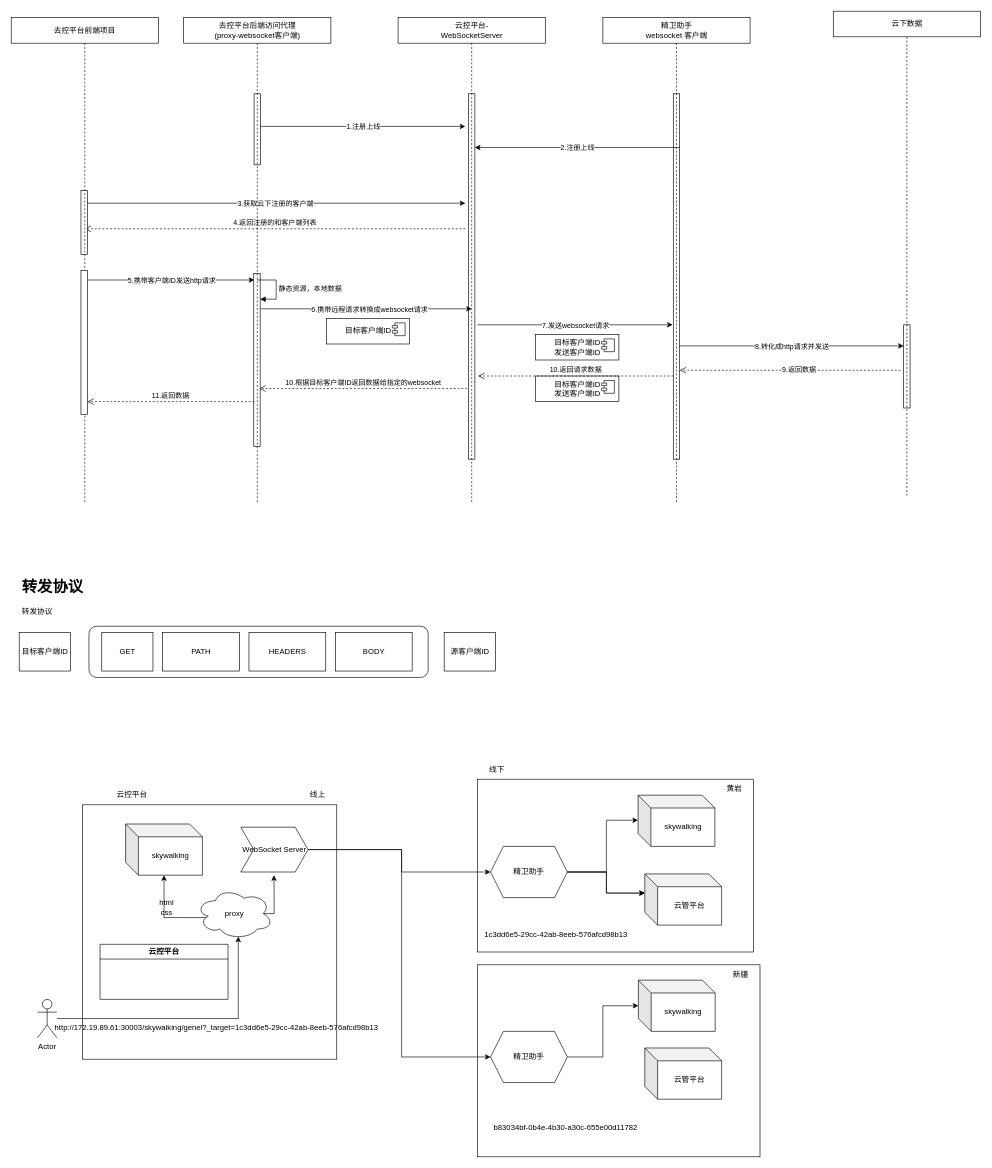
This is 云控平台.drawio from Snuger/draw, a draw.io file, before an edit. Source tidied: cells renumbered, new cells numbered last; positions are measured from the earlier drawing's top-left corner, leaving out a move shared by most shapes. Both pictures are drawn from the tidied source at 64%, with x=0, y=0 at pixel (11, 11).
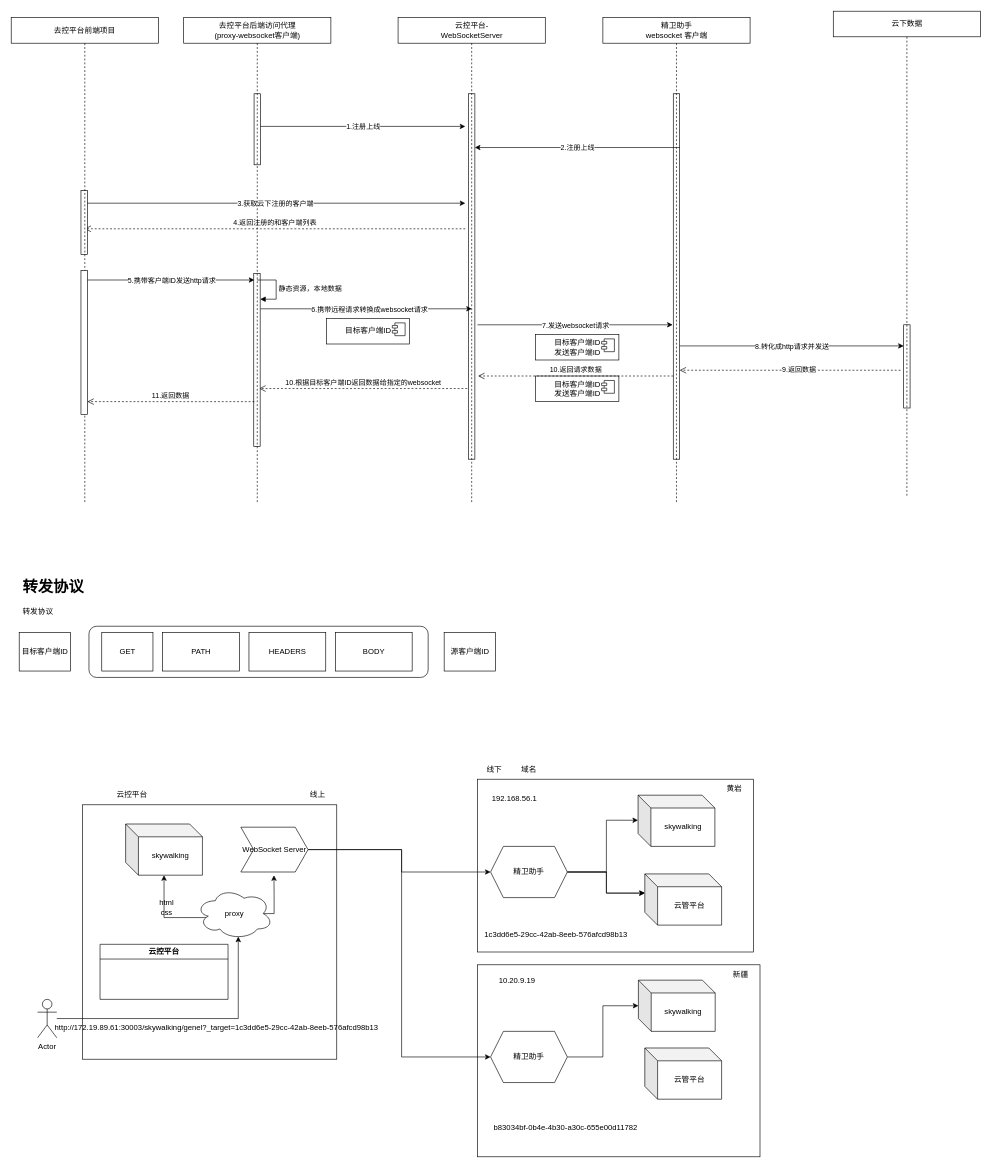
The same page after the edit.

Commit message:
更新云控平台.drawio

What changed in the source:
```diff
@@
     <mxCell id="39" value="&lt;h1&gt;转发协议&lt;/h1&gt;&lt;p&gt;转发协议&lt;/p&gt;" style="text;html=1;strokeColor=none;fillColor=none;spacing=5;spacingTop=-20;whiteSpace=wrap;overflow=hidden;rounded=0;" parent="1" vertex="1">
-      <mxGeometry x="11.5" y="880" width="190" height="70" as="geometry" />
+      <mxGeometry x="12.5" y="880" width="190" height="70" as="geometry" />
     </mxCell>
@@
     <mxCell id="46" value="线下" style="text;html=1;strokeColor=none;fillColor=none;align=center;verticalAlign=middle;whiteSpace=wrap;rounded=0;" parent="1" vertex="1">
-      <mxGeometry x="728.8" y="1170" width="60" height="30" as="geometry" />
+      <mxGeometry x="724.5" y="1170" width="60" height="30" as="geometry" />
     </mxCell>
@@
+    <mxCell id="80" value="10.20.9.19" style="text;html=1;strokeColor=none;fillColor=none;align=center;verticalAlign=middle;whiteSpace=wrap;rounded=0;" parent="1" vertex="1">
+      <mxGeometry x="728.8" y="1500" width="123" height="30" as="geometry" />
+    </mxCell>
+    <mxCell id="81" value="192.168.56.1" style="text;html=1;strokeColor=none;fillColor=none;align=center;verticalAlign=middle;whiteSpace=wrap;rounded=0;" parent="1" vertex="1">
+      <mxGeometry x="724.5" y="1215" width="123" height="30" as="geometry" />
+    </mxCell>
+    <mxCell id="82" value="域名" style="text;html=1;strokeColor=none;fillColor=none;align=center;verticalAlign=middle;whiteSpace=wrap;rounded=0;" parent="1" vertex="1">
+      <mxGeometry x="779" y="1170" width="60" height="30" as="geometry" />
+    </mxCell>
```
